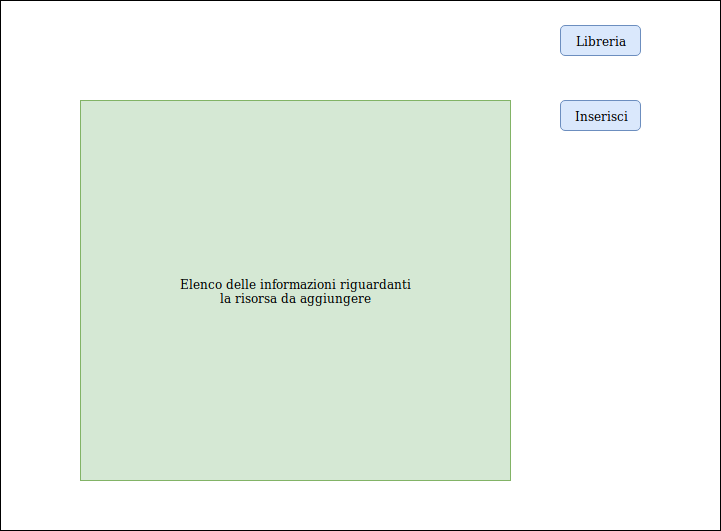
SundavarBlaka/Alexandria keeps this draw.io diagram as InterfacceBrutteFatteConPaint/InserisciRisorsa.png. Above is the earlier version. Source tidied: cells renumbered, new cells last; positions are measured from the earlier drawing's top-left corner, leaving out a move shared by most shapes.
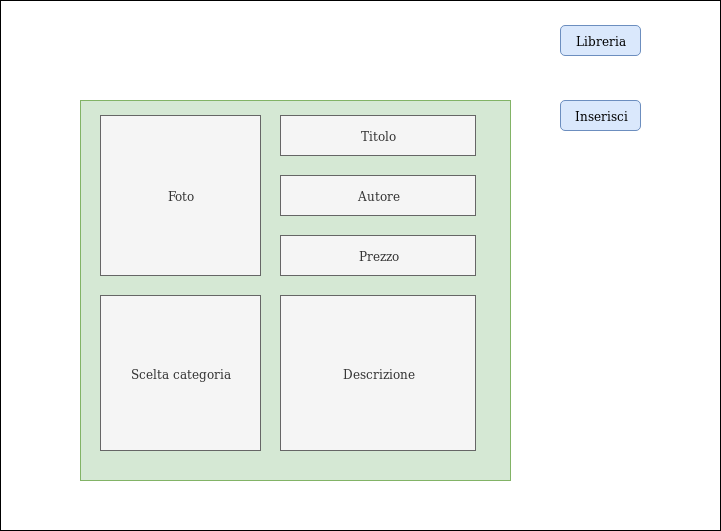
Later version of the same file.

The edit, as a diff of the source:
```diff
@@ -5,7 +5,7 @@
     <mxCell id="2" style="rounded=0;whiteSpace=wrap;html=1;" parent="1" vertex="1">
       <mxGeometry width="720" height="530" as="geometry" />
     </mxCell>
-    <mxCell id="3" value="&lt;div&gt;Elenco delle informazioni riguardanti &lt;br&gt;&lt;/div&gt;&lt;div&gt;la risorsa da aggiungere&lt;br&gt;&lt;/div&gt;" style="rounded=0;whiteSpace=wrap;html=1;align=center;fillColor=#d5e8d4;strokeColor=#82b366;" parent="1" vertex="1">
+    <mxCell id="3" style="rounded=0;whiteSpace=wrap;html=1;align=center;fillColor=#d5e8d4;strokeColor=#82b366;" parent="1" vertex="1">
       <mxGeometry x="80" y="100" width="430" height="380" as="geometry" />
     </mxCell>
     <mxCell id="4" value="Libreria" style="rounded=1;whiteSpace=wrap;html=1;align=center;fillColor=#dae8fc;strokeColor=#6c8ebf;" parent="1" vertex="1">
@@ -14,5 +14,23 @@
     <mxCell id="5" value="Inserisci" style="rounded=1;whiteSpace=wrap;html=1;align=center;fillColor=#dae8fc;strokeColor=#6c8ebf;" parent="1" vertex="1">
       <mxGeometry x="560" y="100" width="80" height="30" as="geometry" />
     </mxCell>
+    <mxCell id="6" value="Foto" style="rounded=0;whiteSpace=wrap;html=1;fillColor=#f5f5f5;strokeColor=#666666;fontColor=#333333;" parent="1" vertex="1">
+      <mxGeometry x="100" y="115" width="160" height="160" as="geometry" />
+    </mxCell>
+    <mxCell id="7" value="Titolo" style="rounded=0;whiteSpace=wrap;html=1;fillColor=#f5f5f5;strokeColor=#666666;fontColor=#333333;" parent="1" vertex="1">
+      <mxGeometry x="280" y="115" width="195" height="40" as="geometry" />
+    </mxCell>
+    <mxCell id="8" value="Prezzo" style="rounded=0;whiteSpace=wrap;html=1;fillColor=#f5f5f5;strokeColor=#666666;fontColor=#333333;" parent="1" vertex="1">
+      <mxGeometry x="280" y="235" width="195" height="40" as="geometry" />
+    </mxCell>
+    <mxCell id="9" value="Scelta categoria" style="rounded=0;whiteSpace=wrap;html=1;fillColor=#f5f5f5;strokeColor=#666666;fontColor=#333333;" parent="1" vertex="1">
+      <mxGeometry x="100" y="295" width="160" height="155" as="geometry" />
+    </mxCell>
+    <mxCell id="10" value="Autore" style="rounded=0;whiteSpace=wrap;html=1;fillColor=#f5f5f5;strokeColor=#666666;fontColor=#333333;" parent="1" vertex="1">
+      <mxGeometry x="280" y="175" width="195" height="40" as="geometry" />
+    </mxCell>
+    <mxCell id="11" value="Descrizione" style="rounded=0;whiteSpace=wrap;html=1;fillColor=#f5f5f5;strokeColor=#666666;fontColor=#333333;" parent="1" vertex="1">
+      <mxGeometry x="280" y="295" width="195" height="155" as="geometry" />
+    </mxCell>
   </root>
 </mxGraphModel>
```
